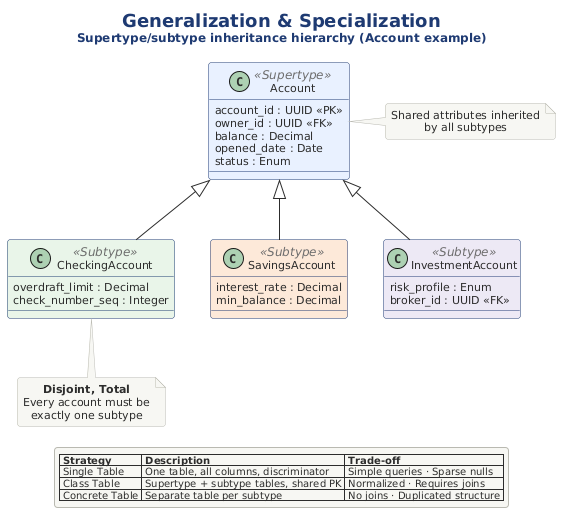
Above: src/architecture/views-and-beyond/style-catalogs/module/data-model-style/png/04-generalization-specialization.png in Notoriousjayy/latex-docs (PlantUML), before the change.
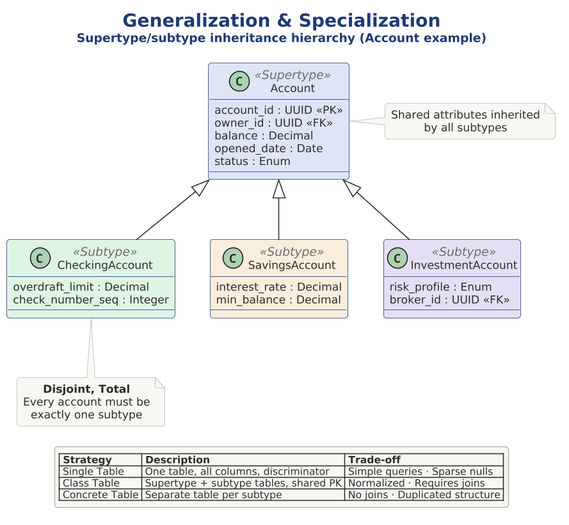
The same diagram one commit later.

What changed in the source:
```diff
@@ -1,19 +1,24 @@
 @startuml 04-generalization-specialization
+
+skinparam dpi 150
+
+
+
 !include ../../../../../../tooling/styles/plantuml/structural/component-diagram-style.iuml
 
-!define SUPER #4A90D9
-!define SUB1 #5BA85B
-!define SUB2 #D4763C
-!define SUB3 #7B68AE
-!define LIGHT_SUPER #E8F0FE
-!define LIGHT_S1 #E8F5E8
-!define LIGHT_S2 #FDE8D8
-!define LIGHT_S3 #EDE8F5
-!define BORDER #3A3A3A
+!define SUPER $line_primary
+!define SUB1 $line_ok
+!define SUB2 $line_caution
+!define SUB3 $line_alt
+!define LIGHT_SUPER $fill_primary
+!define LIGHT_S1 $fill_ok
+!define LIGHT_S2 $fill_caution
+!define LIGHT_S3 $fill_alt
+!define BORDER $line_primary
 
 title <size:18><b>Generalization & Specialization</b></size>\n<size:12>Supertype/subtype inheritance hierarchy (Account example)</size>
 
-class "Account" as acct <<Supertype>> #E8F0FE {
+class "Account" as acct <<Supertype>> $fill_primary {
   account_id : UUID <<PK>>
   owner_id : UUID <<FK>>
   balance : Decimal
@@ -21,17 +26,17 @@
   status : Enum
 }
 
-class "CheckingAccount" as check <<Subtype>> #E8F5E8 {
+class "CheckingAccount" as check <<Subtype>> $fill_ok {
   overdraft_limit : Decimal
   check_number_seq : Integer
 }
 
-class "SavingsAccount" as save <<Subtype>> #FDE8D8 {
+class "SavingsAccount" as save <<Subtype>> $fill_caution {
   interest_rate : Decimal
   min_balance : Decimal
 }
 
-class "InvestmentAccount" as invest <<Subtype>> #EDE8F5 {
+class "InvestmentAccount" as invest <<Subtype>> $fill_alt {
   risk_profile : Enum
   broker_id : UUID <<FK>>
 }
```
